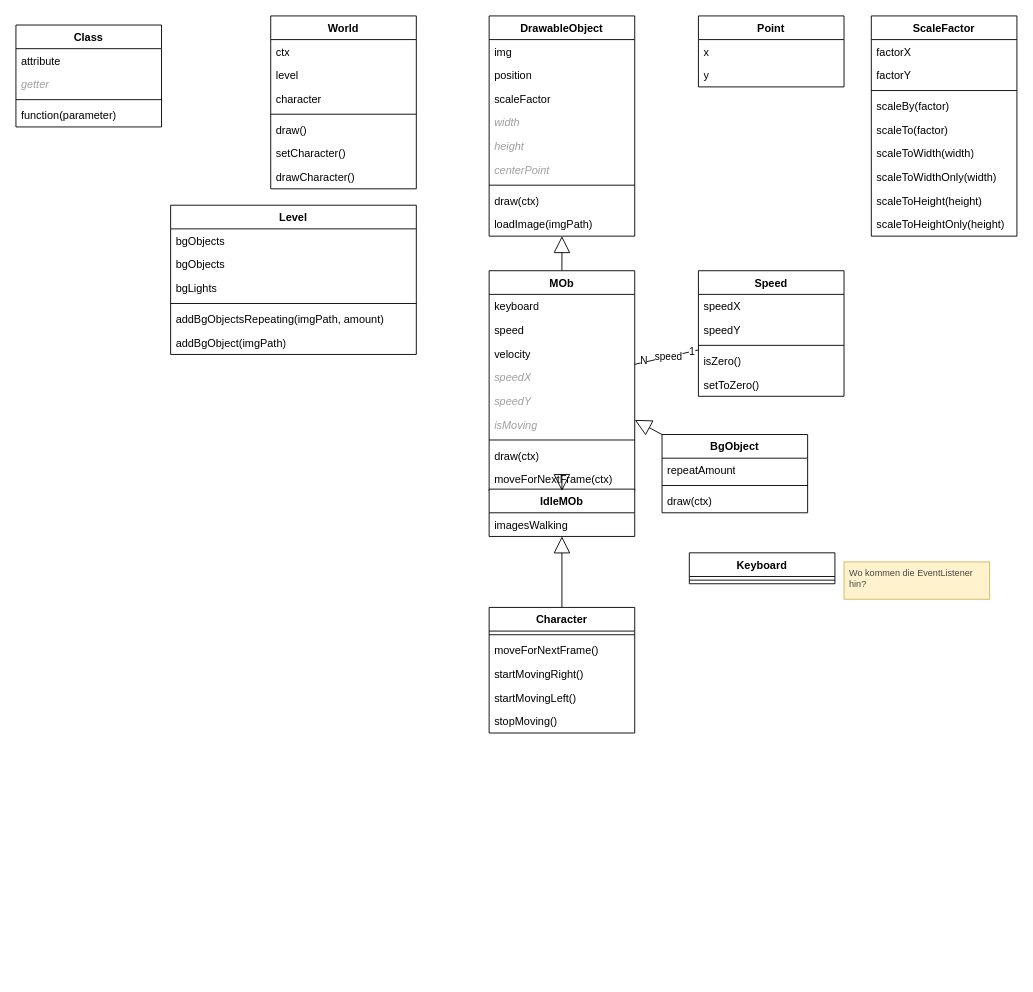
Earlier version of the draw.io diagram uml/Sharky-ClassDiagram.drawio (ReinhardWansch/Sharky-DeveloperAkademie). Source tidied: cells renumbered, new cells numbered last; positions are measured from the earlier drawing's top-left corner, leaving out a move shared by most shapes. Both pictures are drawn from the tidied source at 91%, with x=0, y=0 at pixel (15, 15).
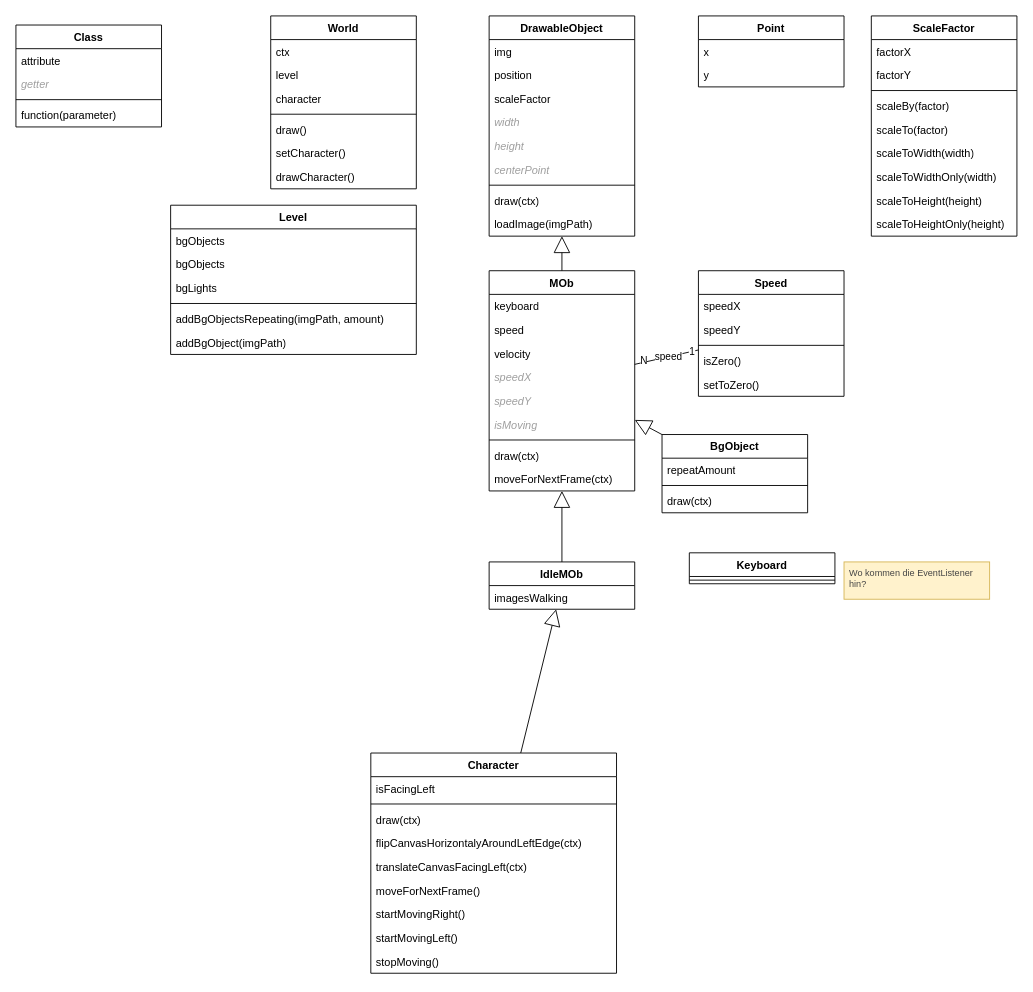
After the change.

Commit message (it also covers changes not shown here):
update class diagram

Change to the diagram source:
```diff
@@
     <mxCell id="23" value="IdleMOb" style="swimlane;fontStyle=1;align=center;verticalAlign=top;horizontal=1;startSize=26;whiteSpace=wrap;html=1;" parent="1" vertex="1">
-      <mxGeometry x="520" y="520" width="160" height="52" as="geometry" />
+      <mxGeometry x="520" y="600" width="160" height="52" as="geometry" />
     </mxCell>
@@
     <mxCell id="41" value="Character" style="swimlane;fontStyle=1;align=center;verticalAlign=top;horizontal=1;startSize=26;whiteSpace=wrap;html=1;" parent="1" vertex="1">
-      <mxGeometry x="520" y="650" width="160" height="138" as="geometry" />
+      <mxGeometry x="390" y="810" width="270" height="242" as="geometry" />
     </mxCell>
+    <mxCell id="84" value="isFacingLeft" style="text;strokeColor=none;fillColor=none;align=left;verticalAlign=top;spacingLeft=4;spacingRight=4;overflow=hidden;whiteSpace=wrap;html=1;" parent="41" vertex="1">
+      <mxGeometry y="26" width="270" height="26" as="geometry" />
+    </mxCell>
     <mxCell id="42" style="line;strokeWidth=1;fillColor=none;align=left;verticalAlign=middle;spacingTop=-1;spacingLeft=3;spacingRight=3;labelPosition=right;strokeColor=inherit;" parent="41" vertex="1">
-      <mxGeometry y="26" width="160" height="8" as="geometry" />
+      <mxGeometry y="52" width="270" height="8" as="geometry" />
     </mxCell>
-    <mxCell id="43" value="moveForNextFrame()" style="text;strokeColor=none;fillColor=none;align=left;verticalAlign=top;spacingLeft=4;spacingRight=4;overflow=hidden;whiteSpace=wrap;html=1;" parent="41" vertex="1">
-      <mxGeometry y="34" width="160" height="26" as="geometry" />
+    <mxCell id="43" value="draw(ctx)" style="text;strokeColor=none;fillColor=none;align=left;verticalAlign=top;spacingLeft=4;spacingRight=4;overflow=hidden;whiteSpace=wrap;html=1;" parent="41" vertex="1">
+      <mxGeometry y="60" width="270" height="26" as="geometry" />
     </mxCell>
+    <mxCell id="85" value="flipCanvasHorizontalyAroundLeftEdge(ctx)" style="text;strokeColor=none;fillColor=none;align=left;verticalAlign=top;spacingLeft=4;spacingRight=4;overflow=hidden;whiteSpace=wrap;html=1;" parent="41" vertex="1">
+      <mxGeometry y="86" width="270" height="26" as="geometry" />
+    </mxCell>
+    <mxCell id="86" value="translateCanvasFacingLeft(ctx)" style="text;strokeColor=none;fillColor=none;align=left;verticalAlign=top;spacingLeft=4;spacingRight=4;overflow=hidden;whiteSpace=wrap;html=1;" parent="41" vertex="1">
+      <mxGeometry y="112" width="270" height="26" as="geometry" />
+    </mxCell>
+    <mxCell id="87" value="moveForNextFrame()" style="text;strokeColor=none;fillColor=none;align=left;verticalAlign=top;spacingLeft=4;spacingRight=4;overflow=hidden;whiteSpace=wrap;html=1;" parent="41" vertex="1">
+      <mxGeometry y="138" width="270" height="26" as="geometry" />
+    </mxCell>
     <mxCell id="44" value="startMovingRight()" style="text;strokeColor=none;fillColor=none;align=left;verticalAlign=top;spacingLeft=4;spacingRight=4;overflow=hidden;whiteSpace=wrap;html=1;" parent="41" vertex="1">
-      <mxGeometry y="60" width="160" height="26" as="geometry" />
+      <mxGeometry y="164" width="270" height="26" as="geometry" />
     </mxCell>
     <mxCell id="45" value="startMovingLeft()" style="text;strokeColor=none;fillColor=none;align=left;verticalAlign=top;spacingLeft=4;spacingRight=4;overflow=hidden;whiteSpace=wrap;html=1;" parent="41" vertex="1">
-      <mxGeometry y="86" width="160" height="26" as="geometry" />
+      <mxGeometry y="190" width="270" height="26" as="geometry" />
     </mxCell>
     <mxCell id="46" value="stopMoving()" style="text;strokeColor=none;fillColor=none;align=left;verticalAlign=top;spacingLeft=4;spacingRight=4;overflow=hidden;whiteSpace=wrap;html=1;" parent="41" vertex="1">
-      <mxGeometry y="112" width="160" height="26" as="geometry" />
+      <mxGeometry y="216" width="270" height="26" as="geometry" />
     </mxCell>
```
